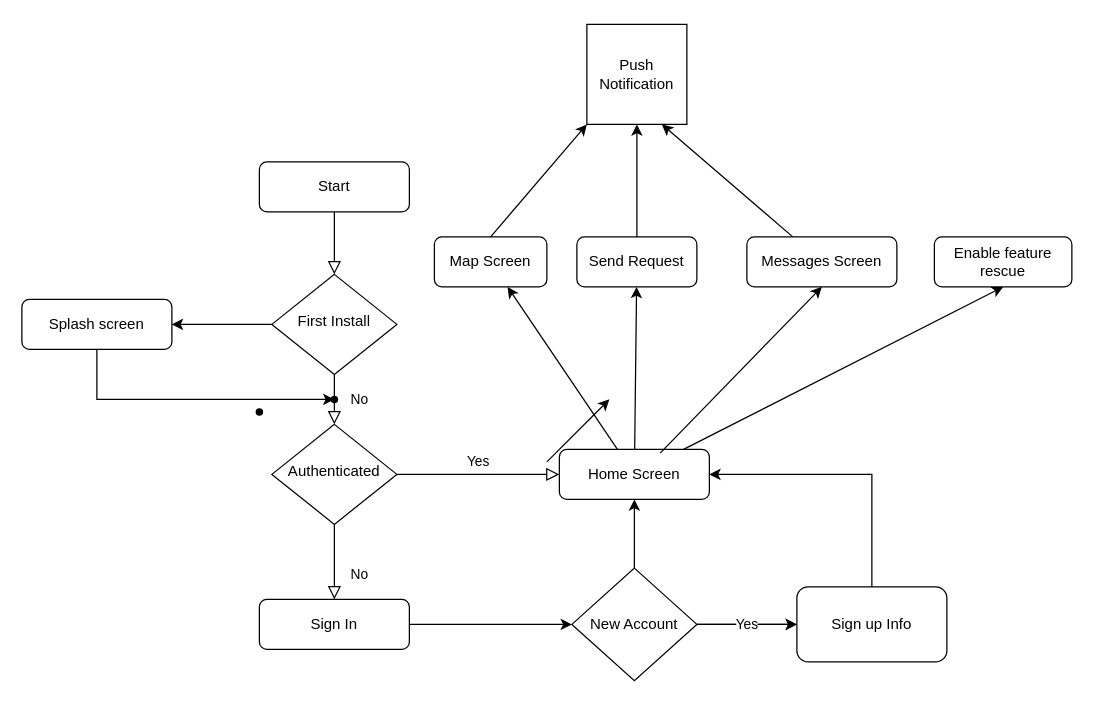
Above: Untitled Diagram.drawio in dunguyen-3112/api (draw.io), before the change. Source tidied: cells renumbered, new cells numbered last; positions are measured from the earlier drawing's top-left corner, leaving out a move shared by most shapes. Both pictures are drawn from the tidied source at 125%, with x=0, y=0 at pixel (21, 24).
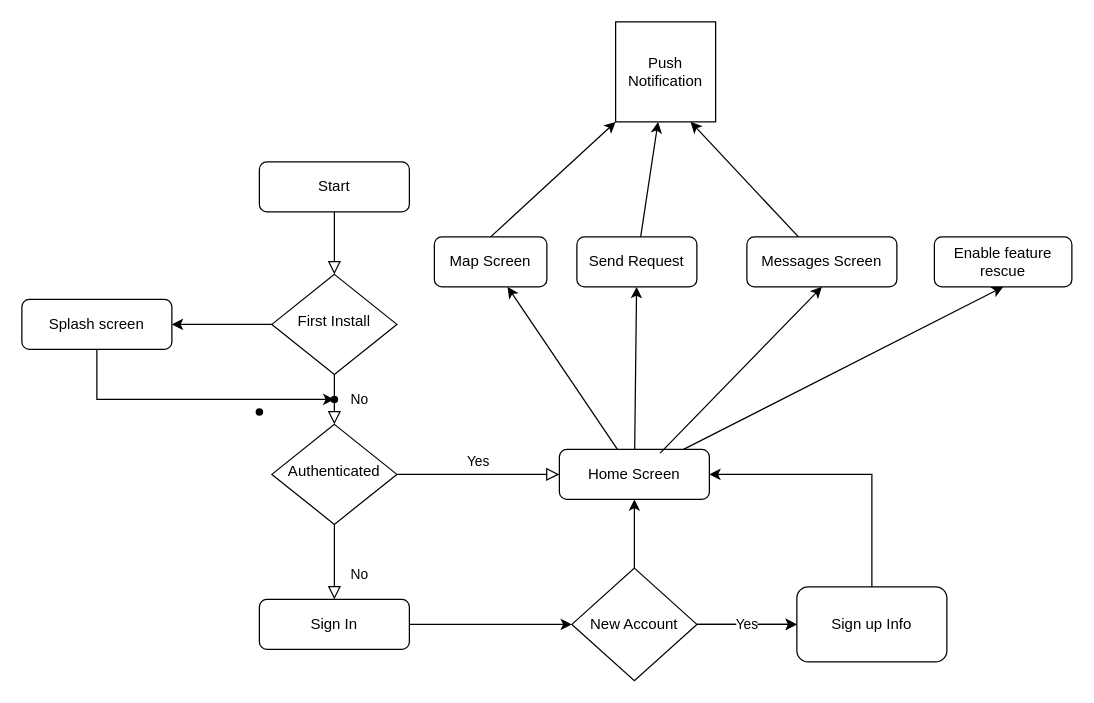
The same diagram, later.

Change to the diagram source:
```diff
@@
     <mxCell id="33" value="Push Notification" style="whiteSpace=wrap;html=1;" parent="1" vertex="1">
-      <mxGeometry x="452" width="80" height="80" as="geometry" />
+      <mxGeometry x="475" y="-2" width="80" height="80" as="geometry" />
     </mxCell>
@@
-    <mxCell id="35" style="endArrow=classic;html=1;rounded=0;" parent="1" edge="1">
-      <mxGeometry relative="1" as="geometry">
-        <mxPoint x="420" y="350" as="sourcePoint" />
-        <mxPoint x="470" y="300" as="targetPoint" />
-      </mxGeometry>
-    </mxCell>
```
